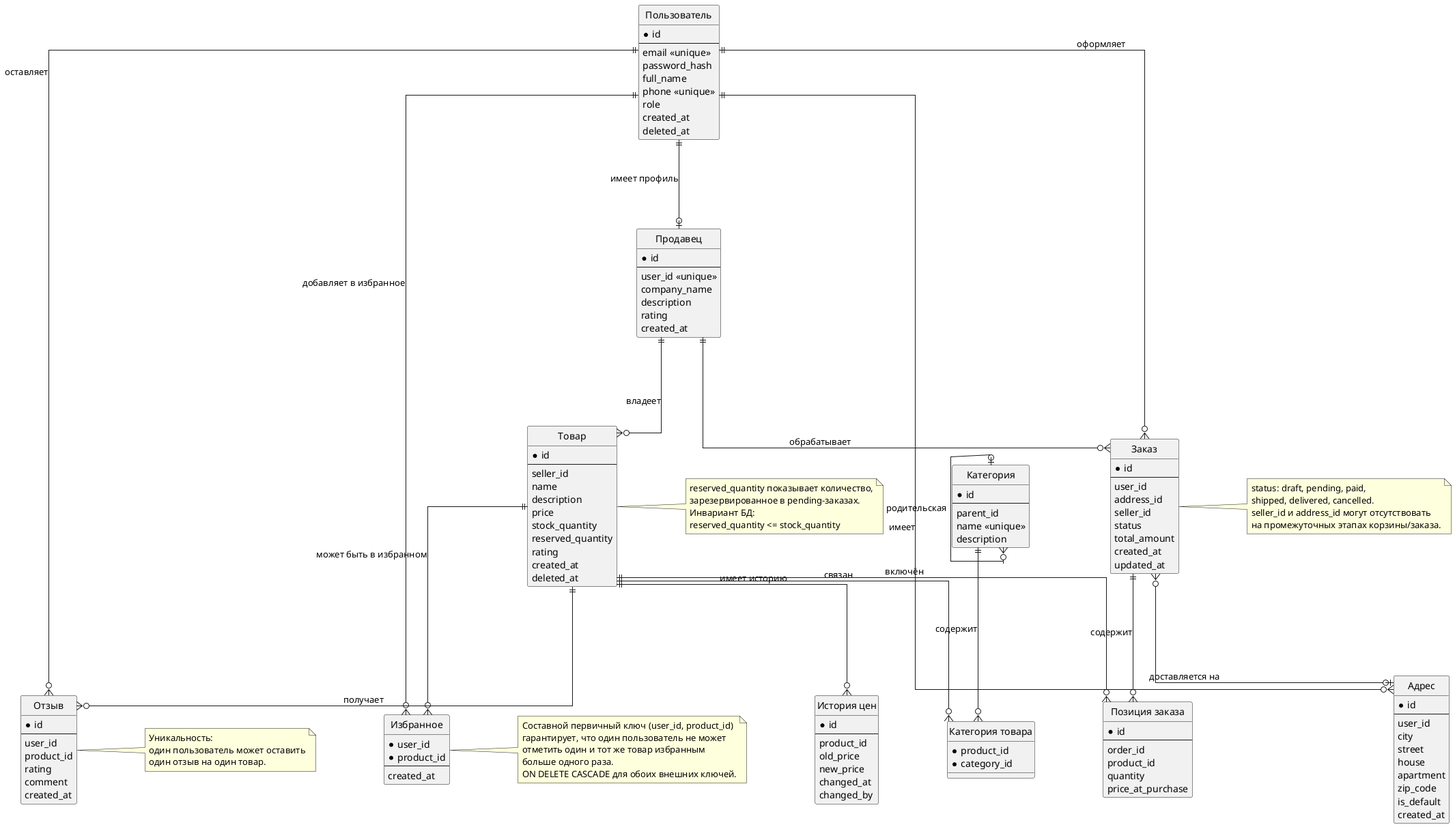
This is diagrams/out/ER.png from beastixq/marketplace, a PlantUML export, as it was before one commit.
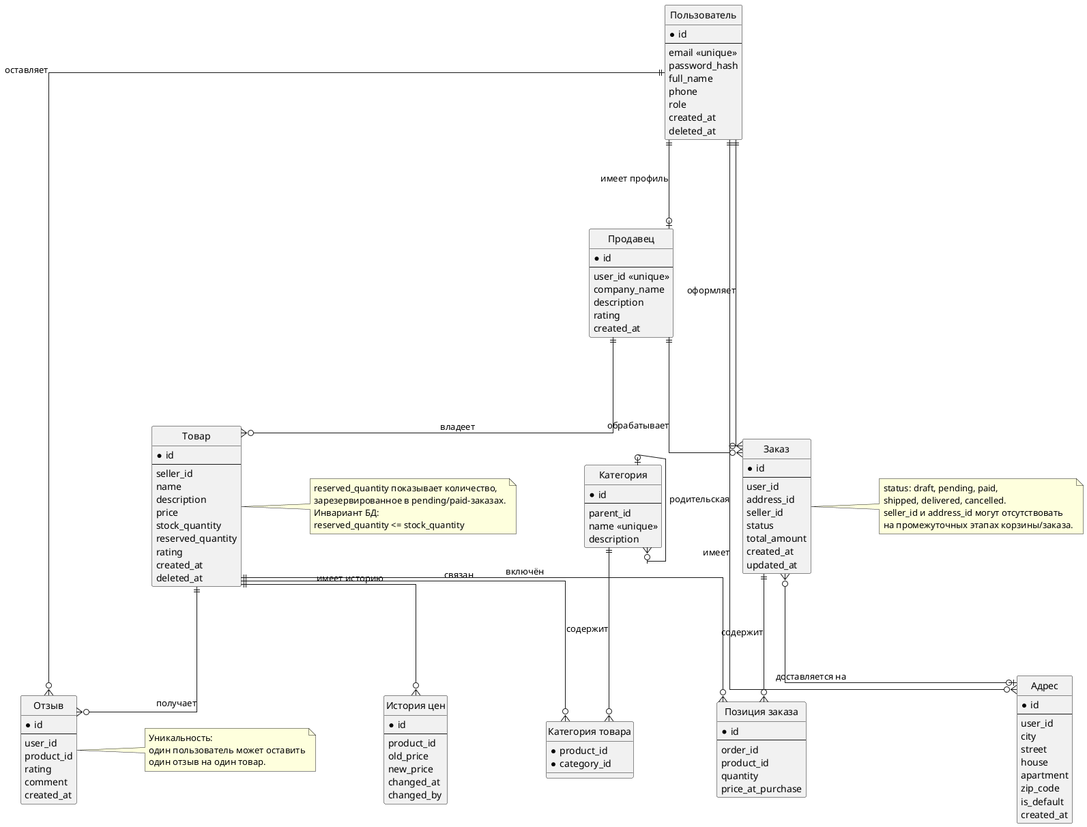
After the change.

Commit message:
Синхронизированы ER и DBML с реализованной схемой БД

The edit, as a diff of the source:
```diff
@@ -11,7 +11,7 @@
   email <<unique>>
   password_hash
   full_name
-  phone <<unique>>
+  phone
   role
   created_at
   deleted_at
@@ -108,18 +108,10 @@
   changed_by
 }
 
-entity "Избранное" as product_favorites {
-  * user_id
-  * product_id
-  --
-  created_at
-}
-
 users ||--o| sellers : "имеет профиль"
 users ||--o{ orders : "оформляет"
 users ||--o{ addresses : "имеет"
 users ||--o{ reviews : "оставляет"
-users ||--o{ product_favorites : "добавляет в избранное"
 
 sellers ||--o{ products : "владеет"
 sellers ||--o{ orders : "обрабатывает"
@@ -131,14 +123,13 @@
 products ||--o{ reviews : "получает"
 products ||--o{ product_price_history : "имеет историю"
 products ||--o{ order_items : "включён"
-products ||--o{ product_favorites : "может быть в избранном"
 
 orders ||--o{ order_items : "содержит"
 orders }o--o| addresses : "доставляется на"
 
 note right of products
   reserved_quantity показывает количество,
-  зарезервированное в pending-заказах.
+  зарезервированное в pending/paid-заказах.
   Инвариант БД:
   reserved_quantity <= stock_quantity
 end note
@@ -149,14 +140,6 @@
   один отзыв на один товар.
 end note
 
-note right of product_favorites
-  Составной первичный ключ (user_id, product_id)
-  гарантирует, что один пользователь не может
-  отметить один и тот же товар избранным
-  больше одного раза.
-  ON DELETE CASCADE для обоих внешних ключей.
-end note
-
 note right of orders
   status: draft, pending, paid,
   shipped, delivered, cancelled.
```
